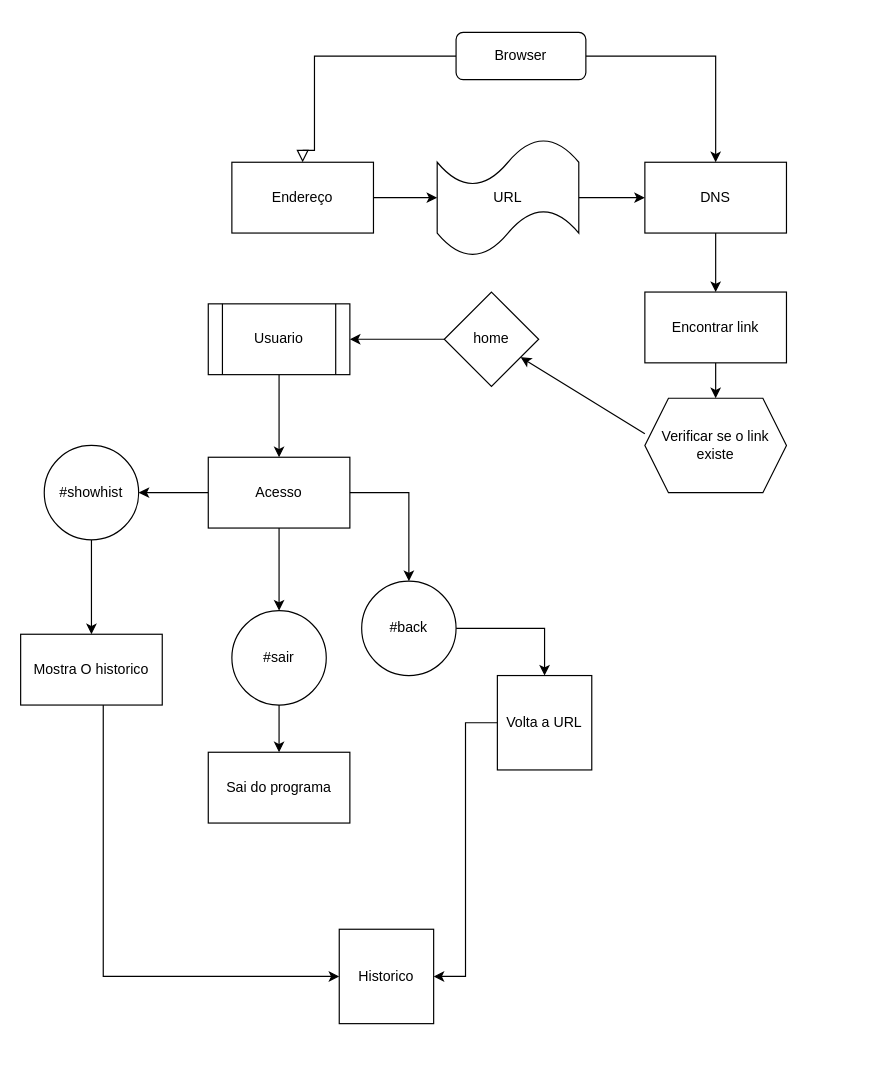
Before: Untitled Diagram.drawio in PetryckK/Programar, a draw.io diagram. Source tidied: cells renumbered, new cells numbered last; positions are measured from the earlier drawing's top-left corner, leaving out a move shared by most shapes. Both pictures are drawn from the tidied source at 118%, with x=0, y=0 at pixel (20, 32).
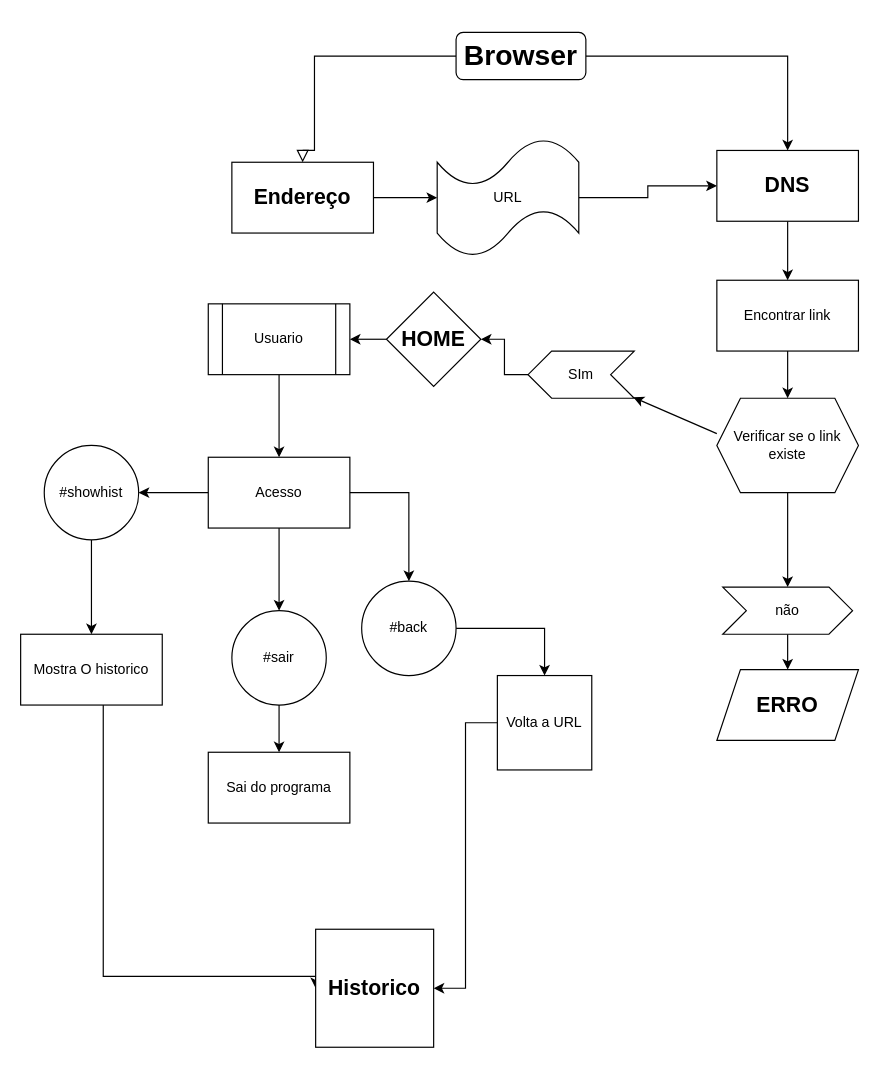
The same page after the edit.

Commit message:
SIM/Não adição

Diff of the diagram source:
```diff
@@
-    <mxCell id="4" value="Browser" style="rounded=1;whiteSpace=wrap;html=1;fontSize=12;glass=0;strokeWidth=1;shadow=0;" parent="1" vertex="1">
+    <mxCell id="4" value="&lt;h1&gt;Browser&lt;/h1&gt;" style="rounded=1;whiteSpace=wrap;html=1;fontSize=12;glass=0;strokeWidth=1;shadow=0;" parent="1" vertex="1">
       <mxGeometry x="369" width="110" height="40" as="geometry" />
     </mxCell>
@@
-    <mxCell id="6" value="Endereço" style="rounded=0;whiteSpace=wrap;html=1;" parent="1" vertex="1">
+    <mxCell id="6" value="&lt;h2&gt;Endereço&lt;/h2&gt;" style="rounded=0;whiteSpace=wrap;html=1;" parent="1" vertex="1">
       <mxGeometry x="179" y="110" width="120" height="60" as="geometry" />
     </mxCell>
@@
-    <mxCell id="8" value="DNS" style="rounded=0;whiteSpace=wrap;html=1;" parent="1" vertex="1">
-      <mxGeometry x="529" y="110" width="120" height="60" as="geometry" />
+    <mxCell id="8" value="&lt;h2&gt;DNS&lt;/h2&gt;" style="rounded=0;whiteSpace=wrap;html=1;" parent="1" vertex="1">
+      <mxGeometry x="590" y="100" width="120" height="60" as="geometry" />
     </mxCell>
@@
     <mxCell id="10" value="Encontrar link" style="rounded=0;whiteSpace=wrap;html=1;" parent="1" vertex="1">
-      <mxGeometry x="529" y="220" width="120" height="60" as="geometry" />
+      <mxGeometry x="590" y="210" width="120" height="60" as="geometry" />
     </mxCell>
+    <mxCell id="36" style="edgeStyle=orthogonalEdgeStyle;rounded=0;jettySize=auto;html=1;" parent="1" edge="1" source="11" target="40">
+      <mxGeometry relative="1" as="geometry" />
+    </mxCell>
     <mxCell id="11" value="Verificar se o link existe" style="shape=hexagon;perimeter=hexagonPerimeter2;whiteSpace=wrap;html=1;fixedSize=1;" parent="1" vertex="1">
-      <mxGeometry x="529" y="310" width="120" height="80" as="geometry" />
+      <mxGeometry x="590" y="310" width="120" height="80" as="geometry" />
     </mxCell>
-    <mxCell id="12" value="home" style="rhombus;whiteSpace=wrap;html=1;" parent="1" vertex="1">
-      <mxGeometry x="359" y="220" width="80" height="80" as="geometry" />
+    <mxCell id="12" value="&lt;h2&gt;HOME&lt;/h2&gt;" style="rhombus;whiteSpace=wrap;html=1;" parent="1" vertex="1">
+      <mxGeometry x="310" y="220" width="80" height="80" as="geometry" />
     </mxCell>
-    <mxCell id="13" style="endArrow=classic;html=1;rounded=0;exitX=0;exitY=0.375;exitDx=0;exitDy=0;exitPerimeter=0;" parent="1" edge="1" source="11" target="12">
+    <mxCell id="13" style="endArrow=classic;html=1;rounded=0;exitX=0;exitY=0.375;exitDx=0;exitDy=0;exitPerimeter=0;" parent="1" edge="1" source="11" target="38">
       <mxGeometry relative="1" as="geometry" />
     </mxCell>
@@
-    <mxCell id="33" value="Historico" style="whiteSpace=wrap;html=1;" parent="1" vertex="1">
-      <mxGeometry x="270" y="760" width="80" height="80" as="geometry" />
+    <mxCell id="33" value="&lt;h2&gt;Historico&lt;/h2&gt;" style="whiteSpace=wrap;html=1;" parent="1" vertex="1">
+      <mxGeometry x="250" y="760" width="100" height="100" as="geometry" />
     </mxCell>
@@
+    <mxCell id="37" style="edgeStyle=orthogonalEdgeStyle;rounded=0;jettySize=auto;html=1;entryX=1;entryY=0.5;entryDx=0;entryDy=0;" parent="1" edge="1" source="38" target="12">
+      <mxGeometry relative="1" as="geometry" />
+    </mxCell>
+    <mxCell id="38" value="SIm" style="shape=step;perimeter=stepPerimeter;whiteSpace=wrap;html=1;fixedSize=1;direction=west;" parent="1" vertex="1">
+      <mxGeometry x="430" y="270" width="90" height="40" as="geometry" />
+    </mxCell>
+    <mxCell id="39" style="edgeStyle=orthogonalEdgeStyle;rounded=0;jettySize=auto;html=1;" parent="1" edge="1" source="40" target="41">
+      <mxGeometry relative="1" as="geometry" />
+    </mxCell>
+    <mxCell id="40" value="não" style="shape=step;perimeter=stepPerimeter;whiteSpace=wrap;html=1;fixedSize=1;" parent="1" vertex="1">
+      <mxGeometry x="595" y="470" width="110" height="40" as="geometry" />
+    </mxCell>
+    <mxCell id="41" value="&lt;h2&gt;ERRO&lt;/h2&gt;" style="shape=parallelogram;perimeter=parallelogramPerimeter;whiteSpace=wrap;html=1;fixedSize=1;" parent="1" vertex="1">
+      <mxGeometry x="590" y="540" width="120" height="60" as="geometry" />
+    </mxCell>
```
